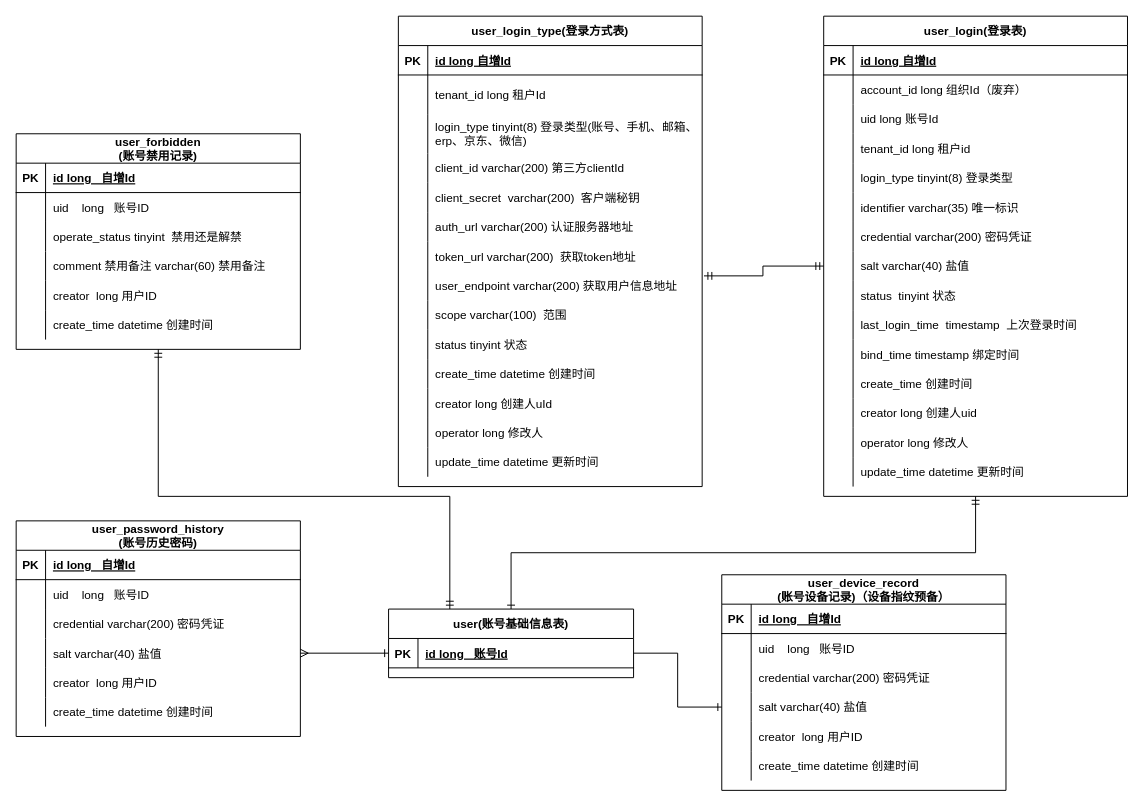
Above: page "账号属性" (2 of 6) of idaas能力梳理.drawio in AjaxXu/Diagram (draw.io), before the change. Source tidied: cells renumbered, new cells numbered last; positions are measured from the earlier drawing's top-left corner, leaving out a move shared by most shapes. Both pictures are drawn from the tidied source at 98%, with x=0, y=0 at pixel (16, 16).
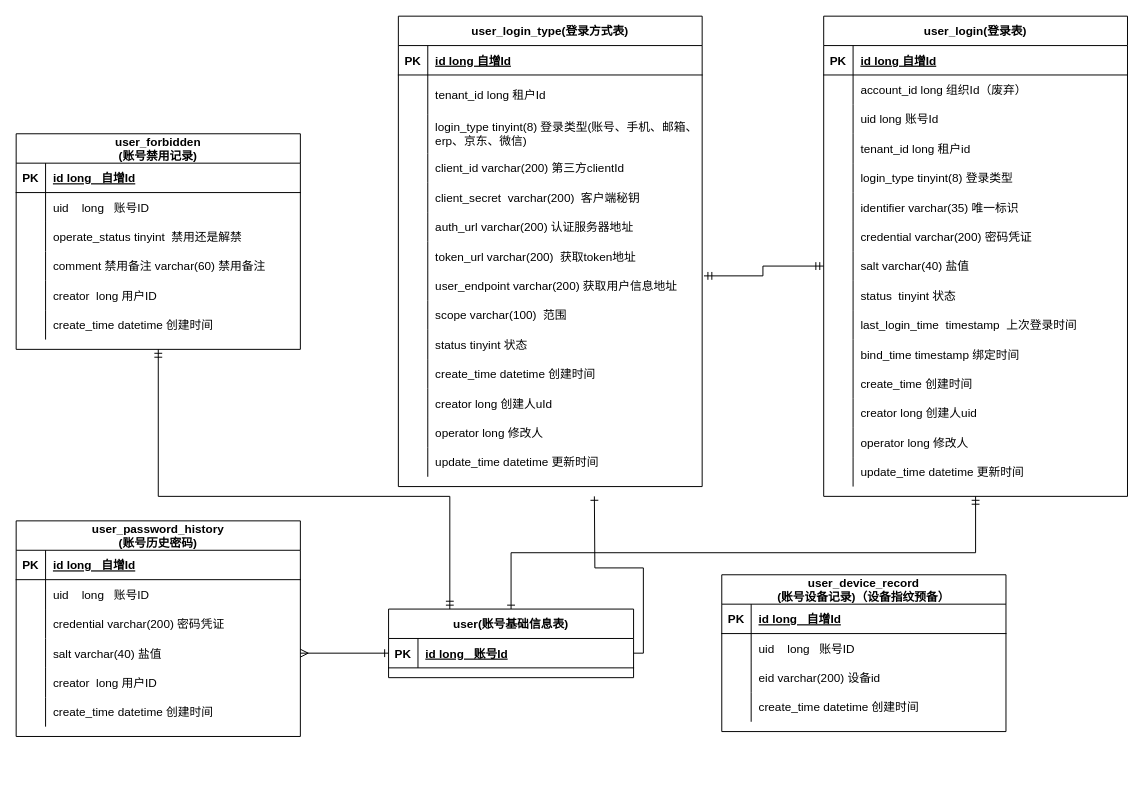
The same diagram, later.

Unchanged cells that the change refers to:
```xml
<mxCell id="4" style="shape=partialRectangle;fillColor=none;points=[[0,0.5],[1,0.5]];portConstraint=eastwest;top=0;left=0;right=0;bottom=1;" parent="3" vertex="1">
  <mxGeometry y="30" width="250" height="30" as="geometry" />
</mxCell>
<mxCell id="144" style="shape=partialRectangle;fillColor=none;top=0;left=0;right=0;bottom=0;" parent="137" vertex="1">
  <mxGeometry y="90" width="290" height="30" as="geometry" />
</mxCell>
```

The edit, as a diff of the source:
```diff
@@
     <mxCell id="137" value="user_device_record&#10;(账号设备记录)（设备指纹预备）" style="shape=table;startSize=30;childLayout=tableLayout;rowLines=0;fontStyle=1;align=center;" parent="1" vertex="1">
-      <mxGeometry x="720" y="570" width="290" height="220" as="geometry" />
+      <mxGeometry x="720" y="570" width="290" height="160" as="geometry" />
     </mxCell>
@@
-    <mxCell id="146" value="credential varchar(200) 密码凭证" style="shape=partialRectangle;overflow=hidden;fillColor=none;top=0;left=0;bottom=0;right=0;align=left;spacingLeft=6;" parent="144" vertex="1">
+    <mxCell id="146" value="eid varchar(200) 设备id" style="shape=partialRectangle;overflow=hidden;fillColor=none;top=0;left=0;bottom=0;right=0;align=left;spacingLeft=6;" parent="144" vertex="1">
       <mxGeometry x="30" width="260" height="30" as="geometry" />
     </mxCell>
-    <mxCell id="147" style="shape=partialRectangle;fillColor=none;points=[[0,0.5],[1,0.5]];portConstraint=eastwest;top=0;left=0;right=0;bottom=0;" parent="137" vertex="1">
-      <mxGeometry y="120" width="290" height="30" as="geometry" />
-    </mxCell>
-    <mxCell id="148" style="shape=partialRectangle;overflow=hidden;fillColor=none;top=0;left=0;bottom=0;right=0;" parent="147" vertex="1">
-      <mxGeometry width="30" height="30" as="geometry" />
-    </mxCell>
-    <mxCell id="149" value="salt varchar(40) 盐值" style="shape=partialRectangle;overflow=hidden;fillColor=none;top=0;left=0;bottom=0;right=0;align=left;spacingLeft=6;" parent="147" vertex="1">
-      <mxGeometry x="30" width="260" height="30" as="geometry" />
-    </mxCell>
-    <mxCell id="150" style="shape=partialRectangle;fillColor=none;top=0;left=0;right=0;bottom=0;" parent="137" vertex="1">
-      <mxGeometry y="150" width="290" height="30" as="geometry" />
-    </mxCell>
-    <mxCell id="151" style="shape=partialRectangle;overflow=hidden;fillColor=none;top=0;left=0;bottom=0;right=0;" parent="150" vertex="1">
-      <mxGeometry width="30" height="30" as="geometry" />
-    </mxCell>
-    <mxCell id="152" value="creator  long 用户ID " style="shape=partialRectangle;overflow=hidden;fillColor=none;top=0;left=0;bottom=0;right=0;align=left;spacingLeft=6;" parent="150" vertex="1">
-      <mxGeometry x="30" width="260" height="30" as="geometry" />
-    </mxCell>
     <mxCell id="153" style="shape=partialRectangle;fillColor=none;top=0;left=0;right=0;bottom=0;" parent="137" vertex="1">
-      <mxGeometry y="180" width="290" height="30" as="geometry" />
+      <mxGeometry y="120" width="290" height="30" as="geometry" />
     </mxCell>
@@
-    <mxCell id="156" style="edgeStyle=orthogonalEdgeStyle;fontSize=12;html=1;endArrow=ERone;endFill=1;rounded=0;fontColor=#000000;exitX=1;exitY=0.5;exitDx=0;exitDy=0;entryX=0;entryY=0.5;entryDx=0;entryDy=0;" parent="1" edge="1" source="4" target="147">
-      <mxGeometry relative="1" as="geometry" />
+    <mxCell id="156" style="edgeStyle=orthogonalEdgeStyle;fontSize=12;html=1;endArrow=ERone;endFill=1;rounded=0;fontColor=#000000;exitX=1;exitY=0.5;exitDx=0;exitDy=0;entryX=0;entryY=0.5;entryDx=0;entryDy=0;" parent="1" edge="1" source="4">
+      <mxGeometry relative="1" as="geometry">
+        <mxPoint x="590" y="490" as="targetPoint" />
+      </mxGeometry>
     </mxCell>
```
